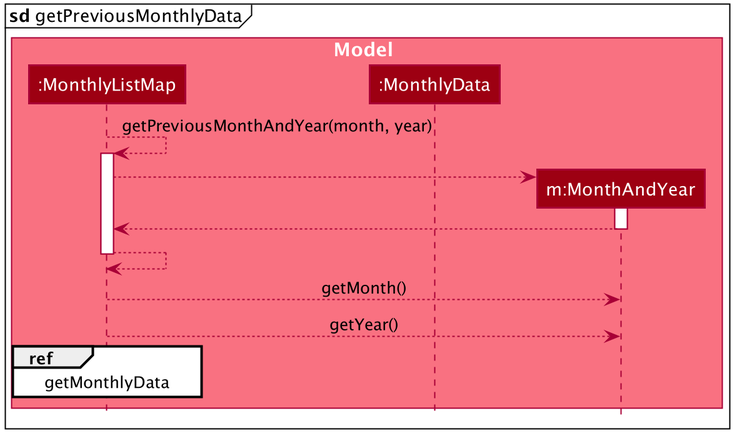
Above: docs/images/MeetingStatsSequenceDiagram4.png in sebastiantoh/tp (PlantUML), before the change. Its source is kept beside it as docs/diagrams/MeetingStatsSequenceDiagram4.puml.
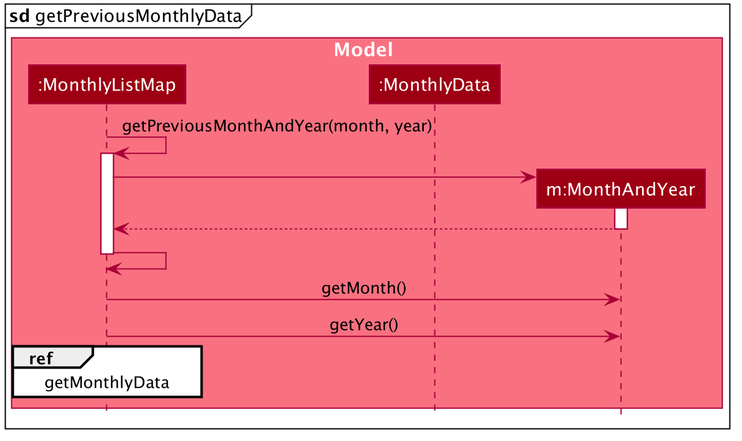
Later version of the same file.

What changed in the source:
```diff
@@ -12,20 +12,20 @@
 
 box
 
-MonthlyListMap --> MonthlyListMap : getPreviousMonthAndYear(month, year)
+MonthlyListMap -> MonthlyListMap : getPreviousMonthAndYear(month, year)
 activate MonthlyListMap
 
 create MonthAndYear
-MonthlyListMap --> MonthAndYear
+MonthlyListMap -> MonthAndYear
 activate MonthAndYear
 MonthAndYear --> MonthlyListMap
 deactivate MonthAndYear
-MonthlyListMap --> MonthlyListMap
+MonthlyListMap -> MonthlyListMap
 deactivate MonthlyListMap
 
-MonthlyListMap --> MonthAndYear: getMonth()
+MonthlyListMap -> MonthAndYear: getMonth()
 
-MonthlyListMap --> MonthAndYear: getYear()
+MonthlyListMap -> MonthAndYear: getYear()
 
 ref over MonthlyListMap: getMonthlyData
 
```
